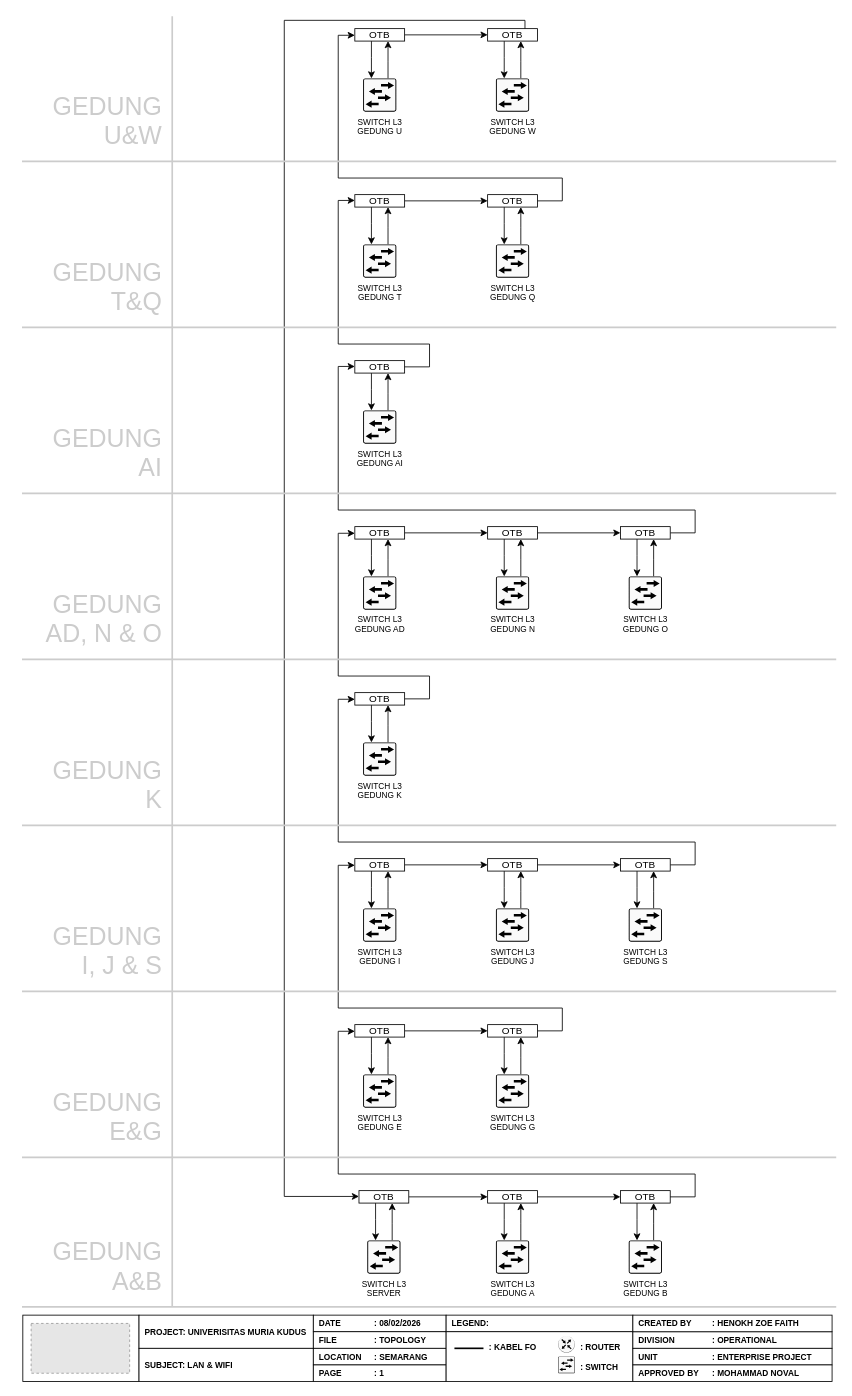
Earlier version of the draw.io diagram TOPOLOGI UNIVERSITAS MURIA KUDUS.drawio (hnkzf/topologi-site). Source tidied: cells renumbered, new cells numbered last; positions are measured from the earlier drawing's top-left corner, leaving out a move shared by most shapes. Both pictures are drawn from the tidied source at 83%, with x=0, y=0 at pixel (14, 16). Pictures stored in the file or linked from it are replaced by grey dashed boxes.
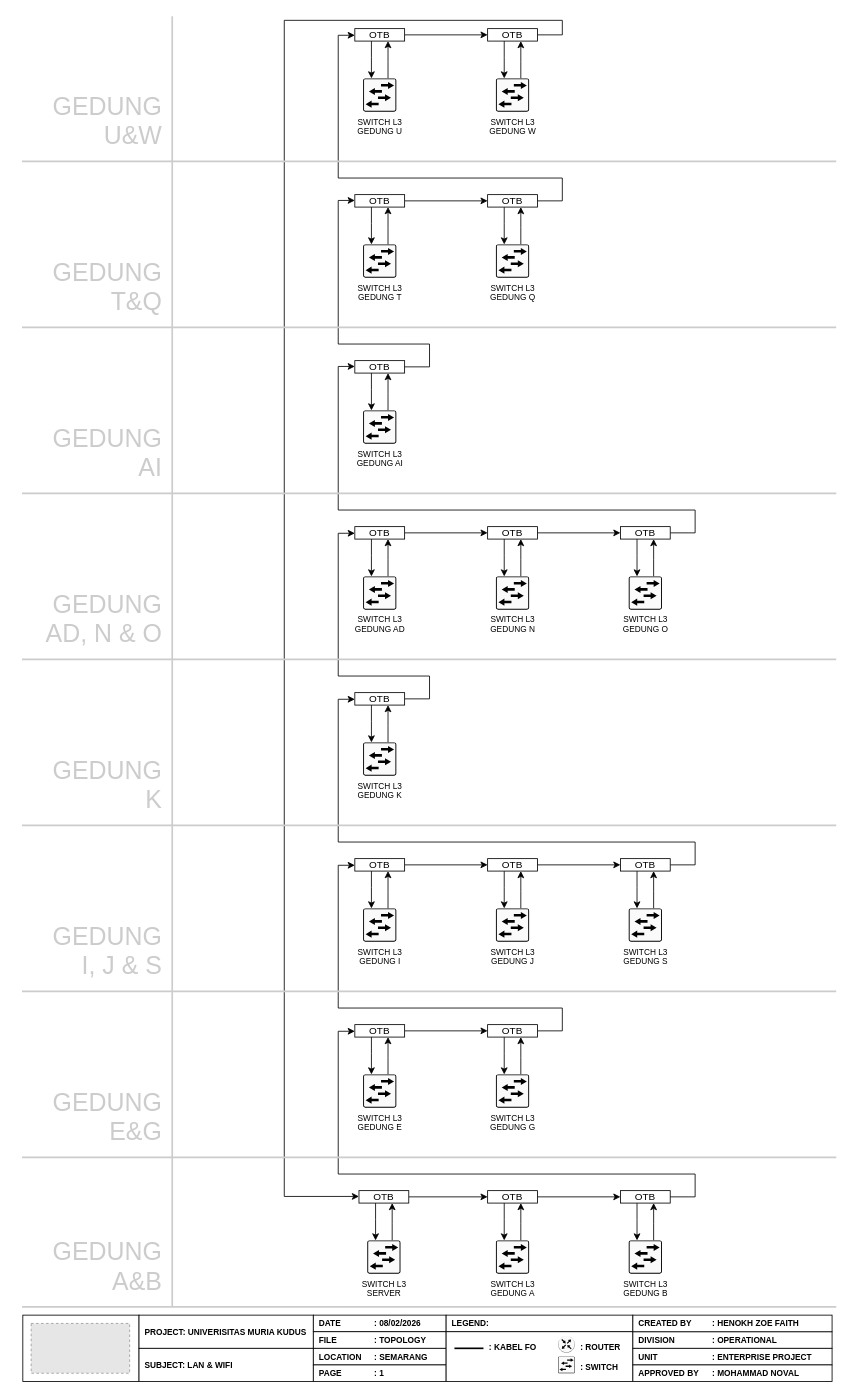
Above is the later version.

Unchanged cells that the change refers to:
```xml
<mxCell id="111" value="OTB" style="rounded=0;whiteSpace=wrap;html=1;" parent="1" vertex="1">
  <mxGeometry x="570" y="15" width="60" height="15" as="geometry" />
</mxCell>
<mxCell id="123" value="OTB" style="rounded=0;whiteSpace=wrap;html=1;" parent="1" vertex="1">
  <mxGeometry x="415" y="1415" width="60" height="15" as="geometry" />
</mxCell>
```

The edit, as a diff of the source:
```diff
@@
-    <mxCell id="110" style="edgeStyle=orthogonalEdgeStyle;rounded=0;jettySize=auto;html=1;" parent="1" edge="1" target="123">
+    <mxCell id="110" style="edgeStyle=orthogonalEdgeStyle;rounded=0;jettySize=auto;html=1;" parent="1" edge="1" source="111" target="123">
       <mxGeometry relative="1" as="geometry">
-        <mxPoint x="590" y="27.5" as="sourcePoint" />
         <Array as="points">
-          <mxPoint x="615" y="28" />
-          <mxPoint x="615" y="5" />
+          <mxPoint x="660" y="23" />
+          <mxPoint x="660" y="5" />
           <mxPoint x="325" y="5" />
           <mxPoint x="325" y="1422" />
         </Array>
       </mxGeometry>
     </mxCell>
```
